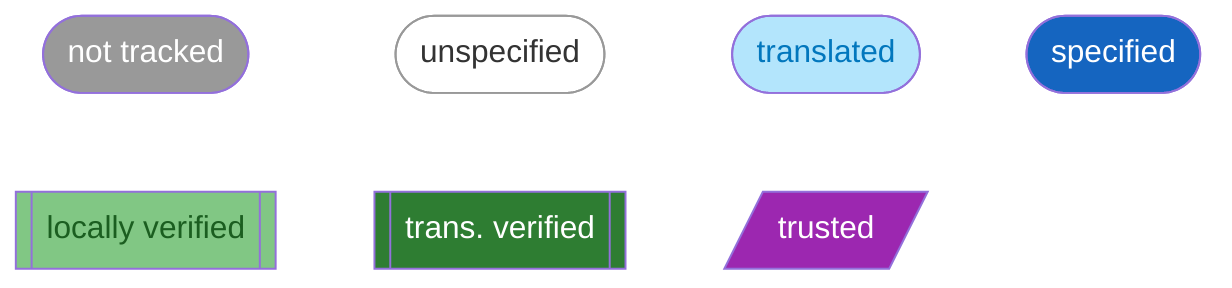
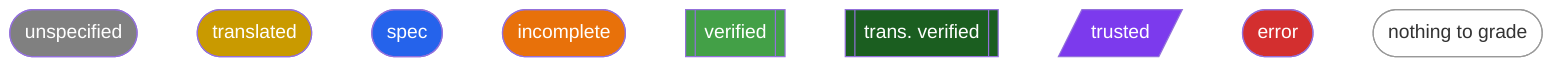
flowchart LR
-     c1(["not tracked"]):::grey --- c2(["unspecified"]):::white --- c3(["translated"]):::lightCyan --- c4(["specified"]):::darkBlue
-     c5[["locally verified"]]:::lightGreen --- c6[["trans. verified"]]:::darkGreen --- c7[/"trusted"/]:::purple
-     linkStyle 0,1,2,3,4 stroke:none
-     classDef grey fill:#999,color:#fff
+     a(["unspecified"]):::grey --- b(["translated"]):::yellow --- c(["spec"]):::blue --- d(["incomplete"]):::orange --- e[["verified"]]:::lightGreen --- f[["trans. verified"]]:::darkGreen --- g[/"trusted"/]:::purple --- h(["error"]):::red --- i(["nothing to grade"]):::white
+     linkStyle 0,1,2,3,4,5,6,7 stroke:none
+     classDef grey fill:#808080,color:#fff
+     classDef yellow fill:#C99A00,color:#fff
+     classDef blue fill:#2563EB,color:#fff
+     classDef orange fill:#E8710A,color:#fff
+     classDef lightGreen fill:#43A047,color:#fff
+     classDef darkGreen fill:#1B5E20,color:#fff
+     classDef purple fill:#7C3AED,color:#fff
+     classDef red fill:#D32F2F,color:#fff
    classDef white fill:#fff,color:#333,stroke:#999
-     classDef lightCyan fill:#b3e5fc,color:#0277bd
-     classDef darkBlue fill:#1565c0,color:#fff
-     classDef lightGreen fill:#81c784,color:#1b5e20
-     classDef darkGreen fill:#2e7d32,color:#fff
-     classDef purple fill:#9c27b0,color:#fff
